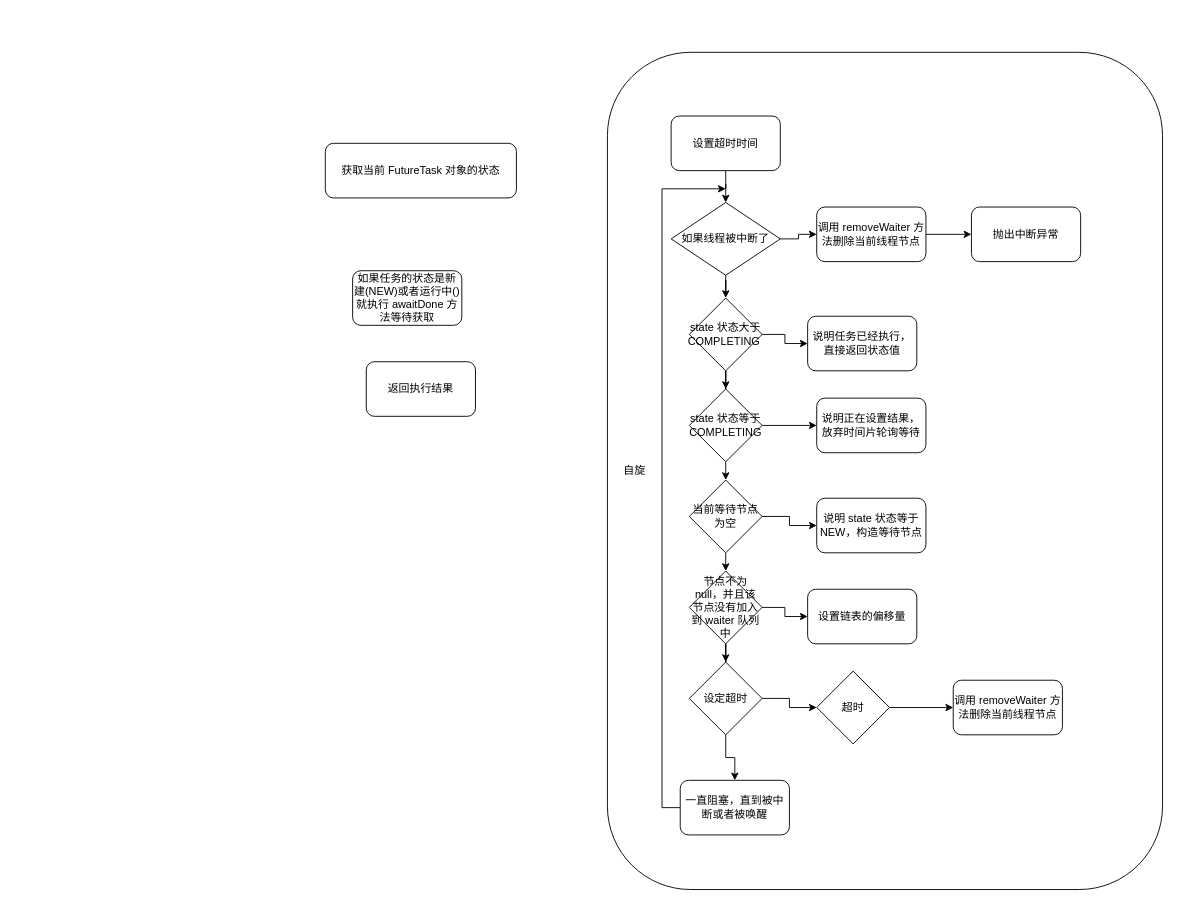
Earlier version of the draw.io diagram FutureTask/FutureTask.get()方法流程图.drawio (Muggle666/PicGo). Source tidied: cells renumbered, new cells numbered last; positions are measured from the earlier drawing's top-left corner, leaving out a move shared by most shapes. Both pictures are drawn from the tidied source at 91%, with x=0, y=0 at pixel (325, 52).
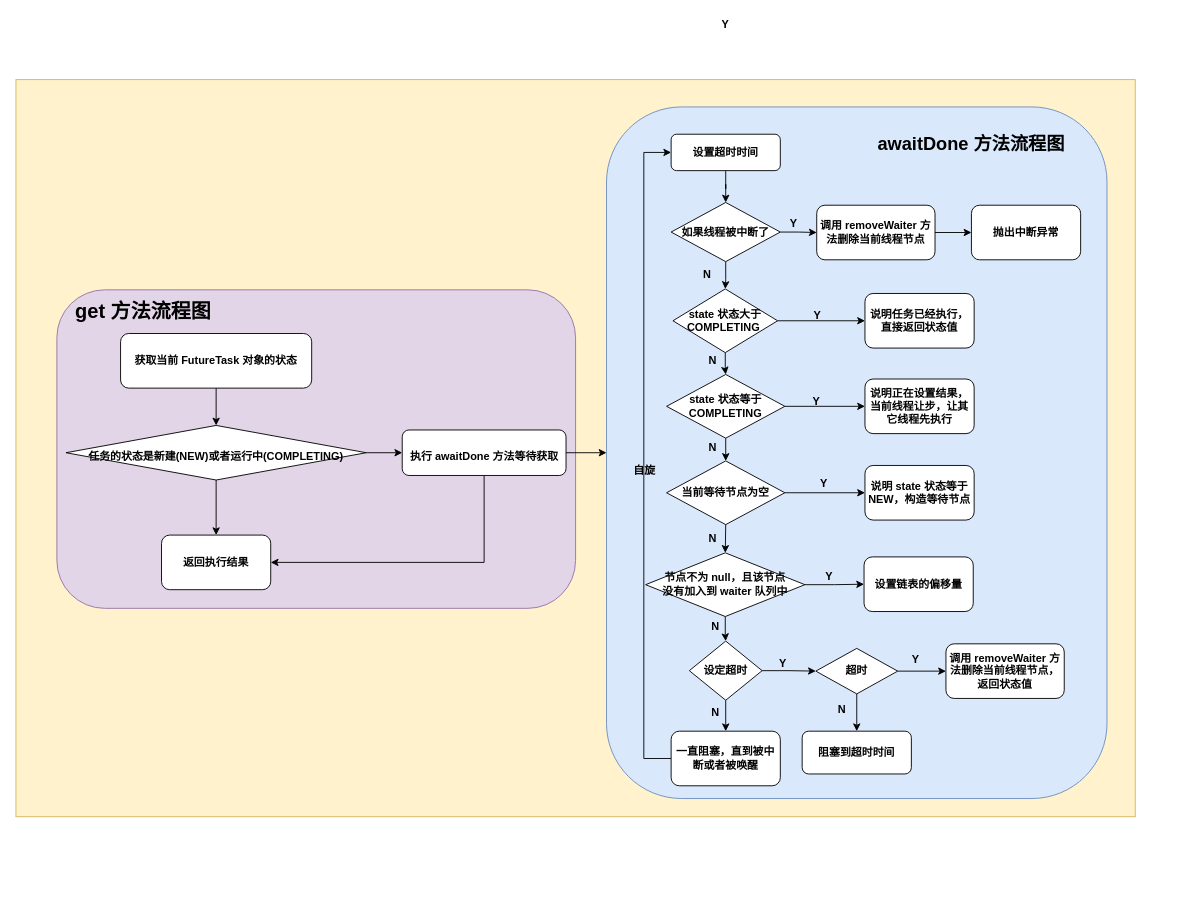
Above is the later version.

Change to the diagram source:
```diff
@@
+    <mxCell id="39" style="rounded=0;whiteSpace=wrap;html=1;fontSize=20;fillColor=#fff2cc;strokeColor=#d6b656;" parent="1" vertex="1">
+      <mxGeometry x="-340" y="30" width="1230" height="810" as="geometry" />
+    </mxCell>
+    <mxCell id="40" style="rounded=1;whiteSpace=wrap;html=1;fontSize=20;fontStyle=1;fillColor=#e1d5e7;strokeColor=#9673a6;" parent="1" vertex="1">
+      <mxGeometry x="-295" y="261" width="570" height="350" as="geometry" />
+    </mxCell>
-    <mxCell id="2" style="rounded=1;whiteSpace=wrap;html=1;" parent="1" vertex="1">
-      <mxGeometry x="310" width="610" height="920" as="geometry" />
+    <mxCell id="2" style="rounded=1;whiteSpace=wrap;html=1;fontStyle=1;fillColor=#dae8fc;strokeColor=#6c8ebf;" parent="1" vertex="1">
+      <mxGeometry x="309" y="60" width="550" height="760" as="geometry" />
     </mxCell>
+    <mxCell id="41" style="edgeStyle=orthogonalEdgeStyle;rounded=0;jettySize=auto;html=1;exitX=0.5;exitY=1;exitDx=0;exitDy=0;entryX=0.5;entryY=0;entryDx=0;entryDy=0;fontSize=20;" parent="1" edge="1" source="3" target="64">
+      <mxGeometry relative="1" as="geometry" />
+    </mxCell>
-    <mxCell id="3" value="获取当前 FutureTask 对象的状态" style="rounded=1;whiteSpace=wrap;html=1;" parent="1" vertex="1">
-      <mxGeometry y="100" width="210" height="60" as="geometry" />
+    <mxCell id="3" value="获取当前 FutureTask 对象的状态" style="rounded=1;whiteSpace=wrap;html=1;fontStyle=1;" parent="1" vertex="1">
+      <mxGeometry x="-225" y="309" width="210" height="60" as="geometry" />
     </mxCell>
-    <mxCell id="4" value="如果任务的状态是新建(NEW)或者运行中()就执行 awaitDone 方法等待获取" style="rounded=1;whiteSpace=wrap;html=1;" parent="1" vertex="1">
-      <mxGeometry x="30" y="240" width="120" height="60" as="geometry" />
-    </mxCell>
-    <mxCell id="5" value="返回执行结果" style="rounded=1;whiteSpace=wrap;html=1;" parent="1" vertex="1">
-      <mxGeometry x="45" y="340" width="120" height="60" as="geometry" />
+    <mxCell id="5" value="返回执行结果" style="rounded=1;whiteSpace=wrap;html=1;fontStyle=1;" parent="1" vertex="1">
+      <mxGeometry x="-180" y="530.5" width="120" height="60" as="geometry" />
     </mxCell>
-    <mxCell id="6" style="edgeStyle=orthogonalEdgeStyle;rounded=0;jettySize=auto;html=1;exitX=0.5;exitY=1;exitDx=0;exitDy=0;" parent="1" edge="1" source="7" target="10">
+    <mxCell id="6" style="edgeStyle=orthogonalEdgeStyle;rounded=0;jettySize=auto;html=1;exitX=0.5;exitY=1;exitDx=0;exitDy=0;fontStyle=1;" parent="1" edge="1" source="7" target="10">
       <mxGeometry relative="1" as="geometry" />
     </mxCell>
-    <mxCell id="7" value="设置超时时间" style="rounded=1;whiteSpace=wrap;html=1;" parent="1" vertex="1">
-      <mxGeometry x="380" y="70" width="120" height="60" as="geometry" />
+    <mxCell id="7" value="设置超时时间" style="rounded=1;whiteSpace=wrap;html=1;fontStyle=1;" parent="1" vertex="1">
+      <mxGeometry x="380" y="90" width="120" height="40" as="geometry" />
     </mxCell>
-    <mxCell id="8" style="edgeStyle=orthogonalEdgeStyle;rounded=0;jettySize=auto;html=1;exitX=0.5;exitY=1;exitDx=0;exitDy=0;" parent="1" edge="1" source="10" target="16">
+    <mxCell id="8" style="edgeStyle=orthogonalEdgeStyle;rounded=0;jettySize=auto;html=1;exitX=0.5;exitY=1;exitDx=0;exitDy=0;fontStyle=1;" parent="1" edge="1" source="10" target="16">
       <mxGeometry relative="1" as="geometry" />
     </mxCell>
-    <mxCell id="9" style="edgeStyle=orthogonalEdgeStyle;rounded=0;jettySize=auto;html=1;exitX=1;exitY=0.5;exitDx=0;exitDy=0;" parent="1" edge="1" source="10" target="12">
+    <mxCell id="9" style="edgeStyle=orthogonalEdgeStyle;rounded=0;jettySize=auto;html=1;exitX=1;exitY=0.5;exitDx=0;exitDy=0;fontStyle=1;" parent="1" edge="1" source="10" target="12">
       <mxGeometry relative="1" as="geometry" />
     </mxCell>
-    <mxCell id="10" value="如果线程被中断了" style="rhombus;whiteSpace=wrap;html=1;" parent="1" vertex="1">
-      <mxGeometry x="380" y="165" width="120" height="80" as="geometry" />
+    <mxCell id="10" value="如果线程被中断了" style="rhombus;whiteSpace=wrap;html=1;fontStyle=1;" parent="1" vertex="1">
+      <mxGeometry x="380" y="165" width="120" height="65" as="geometry" />
     </mxCell>
-    <mxCell id="11" style="edgeStyle=orthogonalEdgeStyle;rounded=0;jettySize=auto;html=1;exitX=1;exitY=0.5;exitDx=0;exitDy=0;entryX=0;entryY=0.5;entryDx=0;entryDy=0;" parent="1" edge="1" source="12" target="13">
+    <mxCell id="11" style="edgeStyle=orthogonalEdgeStyle;rounded=0;jettySize=auto;html=1;exitX=1;exitY=0.5;exitDx=0;exitDy=0;entryX=0;entryY=0.5;entryDx=0;entryDy=0;fontStyle=1;" parent="1" edge="1" source="12" target="13">
       <mxGeometry relative="1" as="geometry" />
     </mxCell>
-    <mxCell id="12" value="调用 removeWaiter 方法删除当前线程节点" style="rounded=1;whiteSpace=wrap;html=1;" parent="1" vertex="1">
-      <mxGeometry x="540" y="170" width="120" height="60" as="geometry" />
+    <mxCell id="12" value="调用 removeWaiter 方法删除当前线程节点" style="rounded=1;whiteSpace=wrap;html=1;fontStyle=1;" parent="1" vertex="1">
+      <mxGeometry x="540" y="168" width="130" height="60" as="geometry" />
     </mxCell>
-    <mxCell id="13" value="抛出中断异常" style="rounded=1;whiteSpace=wrap;html=1;" parent="1" vertex="1">
-      <mxGeometry x="710" y="170" width="120" height="60" as="geometry" />
+    <mxCell id="13" value="抛出中断异常" style="rounded=1;whiteSpace=wrap;html=1;fontStyle=1;" parent="1" vertex="1">
+      <mxGeometry x="710" y="168" width="120" height="60" as="geometry" />
     </mxCell>
-    <mxCell id="14" style="edgeStyle=orthogonalEdgeStyle;rounded=0;jettySize=auto;html=1;exitX=0.5;exitY=1;exitDx=0;exitDy=0;" parent="1" edge="1" source="16" target="20">
+    <mxCell id="14" style="edgeStyle=orthogonalEdgeStyle;rounded=0;jettySize=auto;html=1;exitX=0.5;exitY=1;exitDx=0;exitDy=0;fontStyle=1;" parent="1" edge="1" source="16" target="20">
       <mxGeometry relative="1" as="geometry" />
     </mxCell>
-    <mxCell id="15" style="edgeStyle=orthogonalEdgeStyle;rounded=0;jettySize=auto;html=1;exitX=1;exitY=0.5;exitDx=0;exitDy=0;entryX=0;entryY=0.5;entryDx=0;entryDy=0;" parent="1" edge="1" source="16" target="17">
+    <mxCell id="15" style="edgeStyle=orthogonalEdgeStyle;rounded=0;jettySize=auto;html=1;exitX=1;exitY=0.5;exitDx=0;exitDy=0;entryX=0;entryY=0.5;entryDx=0;entryDy=0;fontStyle=1;" parent="1" edge="1" source="16" target="17">
       <mxGeometry relative="1" as="geometry" />
     </mxCell>
-    <mxCell id="16" value="state 状态大于 COMPLETING&amp;nbsp;" style="rhombus;whiteSpace=wrap;html=1;" parent="1" vertex="1">
-      <mxGeometry x="400" y="270" width="80" height="80" as="geometry" />
+    <mxCell id="16" value="state 状态大于 COMPLETING&amp;nbsp;" style="rhombus;whiteSpace=wrap;html=1;fontStyle=1;" parent="1" vertex="1">
+      <mxGeometry x="382" y="260" width="115" height="70" as="geometry" />
     </mxCell>
-    <mxCell id="17" value="说明任务已经执行，直接返回状态值" style="rounded=1;whiteSpace=wrap;html=1;" parent="1" vertex="1">
-      <mxGeometry x="530" y="290" width="120" height="60" as="geometry" />
+    <mxCell id="17" value="说明任务已经执行，直接返回状态值" style="rounded=1;whiteSpace=wrap;html=1;fontStyle=1;" parent="1" vertex="1">
+      <mxGeometry x="593" y="265" width="120" height="60" as="geometry" />
     </mxCell>
-    <mxCell id="18" style="edgeStyle=orthogonalEdgeStyle;rounded=0;jettySize=auto;html=1;exitX=0.5;exitY=1;exitDx=0;exitDy=0;entryX=0.5;entryY=0;entryDx=0;entryDy=0;" parent="1" edge="1" source="20" target="24">
+    <mxCell id="18" style="edgeStyle=orthogonalEdgeStyle;rounded=0;jettySize=auto;html=1;exitX=0.5;exitY=1;exitDx=0;exitDy=0;entryX=0.5;entryY=0;entryDx=0;entryDy=0;fontStyle=1;" parent="1" edge="1" source="20" target="24">
       <mxGeometry relative="1" as="geometry" />
     </mxCell>
-    <mxCell id="19" style="edgeStyle=orthogonalEdgeStyle;rounded=0;jettySize=auto;html=1;exitX=1;exitY=0.5;exitDx=0;exitDy=0;" parent="1" edge="1" source="20" target="21">
+    <mxCell id="19" style="edgeStyle=orthogonalEdgeStyle;rounded=0;jettySize=auto;html=1;exitX=1;exitY=0.5;exitDx=0;exitDy=0;fontStyle=1;" parent="1" edge="1" source="20" target="21">
       <mxGeometry relative="1" as="geometry" />
     </mxCell>
-    <mxCell id="20" value="state 状态等于 COMPLETING" style="rhombus;whiteSpace=wrap;html=1;" parent="1" vertex="1">
-      <mxGeometry x="400" y="370" width="80" height="80" as="geometry" />
+    <mxCell id="20" value="state 状态等于 COMPLETING" style="rhombus;whiteSpace=wrap;html=1;fontStyle=1;" parent="1" vertex="1">
+      <mxGeometry x="375" y="354" width="130" height="70" as="geometry" />
     </mxCell>
-    <mxCell id="21" value="说明正在设置结果，放弃时间片轮询等待" style="rounded=1;whiteSpace=wrap;html=1;" parent="1" vertex="1">
-      <mxGeometry x="540" y="380" width="120" height="60" as="geometry" />
+    <mxCell id="21" value="说明正在设置结果，当前线程让步，让其它线程先执行" style="rounded=1;whiteSpace=wrap;html=1;fontStyle=1;" parent="1" vertex="1">
+      <mxGeometry x="593" y="359" width="120" height="60" as="geometry" />
     </mxCell>
-    <mxCell id="22" style="edgeStyle=orthogonalEdgeStyle;rounded=0;jettySize=auto;html=1;exitX=0.5;exitY=1;exitDx=0;exitDy=0;entryX=0.5;entryY=0;entryDx=0;entryDy=0;" parent="1" edge="1" source="24" target="28">
+    <mxCell id="22" style="edgeStyle=orthogonalEdgeStyle;rounded=0;jettySize=auto;html=1;exitX=0.5;exitY=1;exitDx=0;exitDy=0;entryX=0.5;entryY=0;entryDx=0;entryDy=0;fontStyle=1;" parent="1" edge="1" source="24" target="28">
       <mxGeometry relative="1" as="geometry" />
     </mxCell>
-    <mxCell id="23" style="edgeStyle=orthogonalEdgeStyle;rounded=0;jettySize=auto;html=1;exitX=1;exitY=0.5;exitDx=0;exitDy=0;" parent="1" edge="1" source="24" target="25">
+    <mxCell id="23" style="edgeStyle=orthogonalEdgeStyle;rounded=0;jettySize=auto;html=1;exitX=1;exitY=0.5;exitDx=0;exitDy=0;fontStyle=1;" parent="1" edge="1" source="24" target="25">
       <mxGeometry relative="1" as="geometry" />
     </mxCell>
-    <mxCell id="24" value="当前等待节点为空" style="rhombus;whiteSpace=wrap;html=1;" parent="1" vertex="1">
-      <mxGeometry x="400" y="470" width="80" height="80" as="geometry" />
+    <mxCell id="24" value="当前等待节点为空" style="rhombus;whiteSpace=wrap;html=1;fontStyle=1;" parent="1" vertex="1">
+      <mxGeometry x="375" y="449" width="130" height="70" as="geometry" />
     </mxCell>
-    <mxCell id="25" value="说明 state 状态等于 NEW，构造等待节点" style="rounded=1;whiteSpace=wrap;html=1;" parent="1" vertex="1">
-      <mxGeometry x="540" y="490" width="120" height="60" as="geometry" />
+    <mxCell id="25" value="说明 state 状态等于 NEW，构造等待节点" style="rounded=1;whiteSpace=wrap;html=1;fontStyle=1;" parent="1" vertex="1">
+      <mxGeometry x="593" y="454" width="120" height="60" as="geometry" />
     </mxCell>
-    <mxCell id="26" style="edgeStyle=orthogonalEdgeStyle;rounded=0;jettySize=auto;html=1;exitX=0.5;exitY=1;exitDx=0;exitDy=0;" parent="1" edge="1" source="28" target="32">
+    <mxCell id="26" style="edgeStyle=orthogonalEdgeStyle;rounded=0;jettySize=auto;html=1;exitX=0.5;exitY=1;exitDx=0;exitDy=0;fontStyle=1;" parent="1" edge="1" source="28" target="32">
       <mxGeometry relative="1" as="geometry" />
     </mxCell>
-    <mxCell id="27" style="edgeStyle=orthogonalEdgeStyle;rounded=0;jettySize=auto;html=1;exitX=1;exitY=0.5;exitDx=0;exitDy=0;entryX=0;entryY=0.5;entryDx=0;entryDy=0;" parent="1" edge="1" source="28" target="29">
+    <mxCell id="27" style="edgeStyle=orthogonalEdgeStyle;rounded=0;jettySize=auto;html=1;exitX=1;exitY=0.5;exitDx=0;exitDy=0;entryX=0;entryY=0.5;entryDx=0;entryDy=0;fontStyle=1;" parent="1" edge="1" source="28" target="29">
       <mxGeometry relative="1" as="geometry" />
     </mxCell>
-    <mxCell id="28" value="节点不为 null，并且该节点没有加入到 waiter 队列中" style="rhombus;whiteSpace=wrap;html=1;" parent="1" vertex="1">
-      <mxGeometry x="400" y="570" width="80" height="80" as="geometry" />
+    <mxCell id="28" value="节点不为 null，且该节点&lt;br&gt;没有加入到 waiter 队列中" style="rhombus;whiteSpace=wrap;html=1;fontStyle=1;" parent="1" vertex="1">
+      <mxGeometry x="352" y="550" width="175" height="70" as="geometry" />
     </mxCell>
-    <mxCell id="29" value="设置链表的偏移量" style="rounded=1;whiteSpace=wrap;html=1;" parent="1" vertex="1">
-      <mxGeometry x="530" y="590" width="120" height="60" as="geometry" />
+    <mxCell id="29" value="设置链表的偏移量" style="rounded=1;whiteSpace=wrap;html=1;fontStyle=1;" parent="1" vertex="1">
+      <mxGeometry x="592" y="554.5" width="120" height="60" as="geometry" />
     </mxCell>
-    <mxCell id="30" style="edgeStyle=orthogonalEdgeStyle;rounded=0;jettySize=auto;html=1;exitX=0.5;exitY=1;exitDx=0;exitDy=0;entryX=0.5;entryY=0;entryDx=0;entryDy=0;" parent="1" edge="1" source="32" target="37">
+    <mxCell id="30" style="edgeStyle=orthogonalEdgeStyle;rounded=0;jettySize=auto;html=1;exitX=0.5;exitY=1;exitDx=0;exitDy=0;entryX=0.5;entryY=0;entryDx=0;entryDy=0;fontStyle=1;" parent="1" edge="1" source="32" target="37">
       <mxGeometry relative="1" as="geometry" />
     </mxCell>
-    <mxCell id="31" style="edgeStyle=orthogonalEdgeStyle;rounded=0;jettySize=auto;html=1;exitX=1;exitY=0.5;exitDx=0;exitDy=0;" parent="1" edge="1" source="32" target="34">
+    <mxCell id="31" style="edgeStyle=orthogonalEdgeStyle;rounded=0;jettySize=auto;html=1;exitX=1;exitY=0.5;exitDx=0;exitDy=0;fontStyle=1;" parent="1" edge="1" source="32" target="34">
       <mxGeometry relative="1" as="geometry" />
     </mxCell>
-    <mxCell id="32" value="设定超时" style="rhombus;whiteSpace=wrap;html=1;" parent="1" vertex="1">
-      <mxGeometry x="400" y="670" width="80" height="80" as="geometry" />
+    <mxCell id="32" value="设定超时" style="rhombus;whiteSpace=wrap;html=1;fontStyle=1;" parent="1" vertex="1">
+      <mxGeometry x="400" y="647" width="80" height="65" as="geometry" />
     </mxCell>
-    <mxCell id="33" style="edgeStyle=orthogonalEdgeStyle;rounded=0;jettySize=auto;html=1;exitX=1;exitY=0.5;exitDx=0;exitDy=0;" parent="1" edge="1" source="34" target="35">
+    <mxCell id="33" style="edgeStyle=orthogonalEdgeStyle;rounded=0;jettySize=auto;html=1;exitX=1;exitY=0.5;exitDx=0;exitDy=0;fontStyle=1;" parent="1" edge="1" source="34" target="35">
       <mxGeometry relative="1" as="geometry" />
     </mxCell>
+    <mxCell id="42" style="edgeStyle=orthogonalEdgeStyle;rounded=0;jettySize=auto;html=1;exitX=0.5;exitY=1;exitDx=0;exitDy=0;fontStyle=1;" parent="1" edge="1" source="34" target="57">
+      <mxGeometry relative="1" as="geometry" />
+    </mxCell>
-    <mxCell id="34" value="超时" style="rhombus;whiteSpace=wrap;html=1;" parent="1" vertex="1">
-      <mxGeometry x="540" y="680" width="80" height="80" as="geometry" />
+    <mxCell id="34" value="超时" style="rhombus;whiteSpace=wrap;html=1;fontStyle=1;" parent="1" vertex="1">
+      <mxGeometry x="539" y="655" width="90" height="50" as="geometry" />
     </mxCell>
-    <mxCell id="35" value="调用 removeWaiter 方法删除当前线程节点" style="rounded=1;whiteSpace=wrap;html=1;" parent="1" vertex="1">
-      <mxGeometry x="690" y="690" width="120" height="60" as="geometry" />
+    <mxCell id="35" value="调用 removeWaiter 方法删除当前线程节点，返回状态值" style="rounded=1;whiteSpace=wrap;html=1;fontStyle=1;" parent="1" vertex="1">
+      <mxGeometry x="682" y="650" width="130" height="60" as="geometry" />
     </mxCell>
-    <mxCell id="36" style="edgeStyle=orthogonalEdgeStyle;rounded=0;jettySize=auto;html=1;exitX=0;exitY=0.5;exitDx=0;exitDy=0;" parent="1" edge="1" source="37">
-      <mxGeometry relative="1" as="geometry">
-        <mxPoint x="440" y="150" as="targetPoint" />
-        <Array as="points">
-          <mxPoint x="370" y="830" />
-          <mxPoint x="370" y="150" />
-        </Array>
-      </mxGeometry>
-    </mxCell>
+    <mxCell id="43" style="edgeStyle=orthogonalEdgeStyle;rounded=0;jettySize=auto;html=1;exitX=0;exitY=0.5;exitDx=0;exitDy=0;entryX=0;entryY=0.5;entryDx=0;entryDy=0;fontSize=20;fontStyle=1;" parent="1" edge="1" source="37" target="7">
+      <mxGeometry relative="1" as="geometry">
+        <Array as="points">
+          <mxPoint x="350" y="776" />
+          <mxPoint x="350" y="110" />
+        </Array>
+      </mxGeometry>
+    </mxCell>
-    <mxCell id="37" value="一直阻塞，直到被中断或者被唤醒" style="rounded=1;whiteSpace=wrap;html=1;" parent="1" vertex="1">
-      <mxGeometry x="390" y="800" width="120" height="60" as="geometry" />
+    <mxCell id="37" value="一直阻塞，直到被中断或者被唤醒" style="rounded=1;whiteSpace=wrap;html=1;fontStyle=1;" parent="1" vertex="1">
+      <mxGeometry x="380" y="746" width="120" height="60" as="geometry" />
     </mxCell>
-    <mxCell id="38" value="自旋" style="text;html=1;strokeColor=none;fillColor=none;align=center;verticalAlign=middle;whiteSpace=wrap;rounded=0;" parent="1" vertex="1">
-      <mxGeometry x="320" y="450" width="40" height="20" as="geometry" />
+    <mxCell id="38" value="自旋" style="text;html=1;strokeColor=none;fillColor=none;align=center;verticalAlign=middle;whiteSpace=wrap;rounded=0;fontStyle=1;" parent="1" vertex="1">
+      <mxGeometry x="331" y="450" width="40" height="20" as="geometry" />
     </mxCell>
+    <mxCell id="44" value="Y" style="text;html=1;strokeColor=none;fillColor=none;align=center;verticalAlign=middle;whiteSpace=wrap;rounded=0;fontStyle=1;" parent="1" vertex="1">
+      <mxGeometry x="420" y="-40" width="40" height="20" as="geometry" />
+    </mxCell>
+    <mxCell id="45" value="N" style="text;html=1;strokeColor=none;fillColor=none;align=center;verticalAlign=middle;whiteSpace=wrap;rounded=0;fontStyle=1;" parent="1" vertex="1">
+      <mxGeometry x="400" y="235" width="40" height="20" as="geometry" />
+    </mxCell>
+    <mxCell id="46" value="Y" style="text;html=1;strokeColor=none;fillColor=none;align=center;verticalAlign=middle;whiteSpace=wrap;rounded=0;fontStyle=1;" parent="1" vertex="1">
+      <mxGeometry x="495" y="177.5" width="40" height="20" as="geometry" />
+    </mxCell>
+    <mxCell id="47" value="N" style="text;html=1;strokeColor=none;fillColor=none;align=center;verticalAlign=middle;whiteSpace=wrap;rounded=0;fontStyle=1;" parent="1" vertex="1">
+      <mxGeometry x="405.5" y="329" width="40" height="20" as="geometry" />
+    </mxCell>
+    <mxCell id="48" value="Y" style="text;html=1;strokeColor=none;fillColor=none;align=center;verticalAlign=middle;whiteSpace=wrap;rounded=0;fontStyle=1;" parent="1" vertex="1">
+      <mxGeometry x="521" y="279" width="40" height="20" as="geometry" />
+    </mxCell>
+    <mxCell id="49" value="Y" style="text;html=1;strokeColor=none;fillColor=none;align=center;verticalAlign=middle;whiteSpace=wrap;rounded=0;fontStyle=1;" parent="1" vertex="1">
+      <mxGeometry x="520" y="374" width="40" height="20" as="geometry" />
+    </mxCell>
+    <mxCell id="50" value="Y" style="text;html=1;strokeColor=none;fillColor=none;align=center;verticalAlign=middle;whiteSpace=wrap;rounded=0;fontStyle=1;" parent="1" vertex="1">
+      <mxGeometry x="528" y="464" width="40" height="20" as="geometry" />
+    </mxCell>
+    <mxCell id="51" value="N" style="text;html=1;strokeColor=none;fillColor=none;align=center;verticalAlign=middle;whiteSpace=wrap;rounded=0;fontStyle=1;" parent="1" vertex="1">
+      <mxGeometry x="406" y="425" width="40" height="20" as="geometry" />
+    </mxCell>
+    <mxCell id="52" value="Y" style="text;html=1;strokeColor=none;fillColor=none;align=center;verticalAlign=middle;whiteSpace=wrap;rounded=0;fontStyle=1;" parent="1" vertex="1">
+      <mxGeometry x="534" y="565.5" width="40" height="20" as="geometry" />
+    </mxCell>
+    <mxCell id="53" value="N" style="text;html=1;strokeColor=none;fillColor=none;align=center;verticalAlign=middle;whiteSpace=wrap;rounded=0;fontStyle=1;" parent="1" vertex="1">
+      <mxGeometry x="406" y="525" width="40" height="20" as="geometry" />
+    </mxCell>
+    <mxCell id="54" value="Y" style="text;html=1;strokeColor=none;fillColor=none;align=center;verticalAlign=middle;whiteSpace=wrap;rounded=0;fontStyle=1;" parent="1" vertex="1">
+      <mxGeometry x="483" y="662" width="40" height="20" as="geometry" />
+    </mxCell>
+    <mxCell id="55" value="N" style="text;html=1;strokeColor=none;fillColor=none;align=center;verticalAlign=middle;whiteSpace=wrap;rounded=0;fontStyle=1;" parent="1" vertex="1">
+      <mxGeometry x="408.5" y="716" width="40" height="20" as="geometry" />
+    </mxCell>
+    <mxCell id="56" value="N" style="text;html=1;strokeColor=none;fillColor=none;align=center;verticalAlign=middle;whiteSpace=wrap;rounded=0;fontStyle=1;" parent="1" vertex="1">
+      <mxGeometry x="408.5" y="620.5" width="40" height="20" as="geometry" />
+    </mxCell>
+    <mxCell id="57" value="阻塞到超时时间" style="rounded=1;whiteSpace=wrap;html=1;fontStyle=1;" parent="1" vertex="1">
+      <mxGeometry x="524" y="746" width="120" height="47" as="geometry" />
+    </mxCell>
+    <mxCell id="58" value="Y" style="text;html=1;strokeColor=none;fillColor=none;align=center;verticalAlign=middle;whiteSpace=wrap;rounded=0;fontStyle=1;" parent="1" vertex="1">
+      <mxGeometry x="629" y="658" width="40" height="20" as="geometry" />
+    </mxCell>
+    <mxCell id="59" value="N" style="text;html=1;strokeColor=none;fillColor=none;align=center;verticalAlign=middle;whiteSpace=wrap;rounded=0;fontStyle=1;" parent="1" vertex="1">
+      <mxGeometry x="548" y="712" width="40" height="20" as="geometry" />
+    </mxCell>
+    <mxCell id="60" value="&lt;span style=&quot;font-size: 20px;&quot;&gt;awaitDone 方法流程图&lt;/span&gt;" style="text;html=1;strokeColor=none;fillColor=none;align=center;verticalAlign=middle;whiteSpace=wrap;rounded=0;fontStyle=1;fontSize=20;" parent="1" vertex="1">
+      <mxGeometry x="600" y="80" width="220" height="40" as="geometry" />
+    </mxCell>
+    <mxCell id="61" value="&lt;font style=&quot;font-size: 22px&quot;&gt;get 方法流程图&lt;/font&gt;" style="text;html=1;strokeColor=none;fillColor=none;align=center;verticalAlign=middle;whiteSpace=wrap;rounded=0;fontSize=20;fontStyle=1;" parent="1" vertex="1">
+      <mxGeometry x="-305" y="265" width="210" height="40" as="geometry" />
+    </mxCell>
+    <mxCell id="62" style="edgeStyle=orthogonalEdgeStyle;rounded=0;jettySize=auto;html=1;exitX=0.5;exitY=1;exitDx=0;exitDy=0;fontSize=20;" parent="1" edge="1" source="64" target="5">
+      <mxGeometry relative="1" as="geometry" />
+    </mxCell>
+    <mxCell id="63" style="edgeStyle=orthogonalEdgeStyle;rounded=0;jettySize=auto;html=1;exitX=1;exitY=0.5;exitDx=0;exitDy=0;entryX=0;entryY=0.5;entryDx=0;entryDy=0;fontSize=20;" parent="1" edge="1" source="64" target="67">
+      <mxGeometry relative="1" as="geometry" />
+    </mxCell>
+    <mxCell id="64" value="&lt;font style=&quot;font-size: 12px&quot;&gt;&lt;b&gt;任务的状态是新建(NEW)或者运行中(COMPLETING)&lt;/b&gt;&lt;/font&gt;" style="rhombus;whiteSpace=wrap;html=1;fontSize=20;" parent="1" vertex="1">
+      <mxGeometry x="-285" y="410" width="330" height="60" as="geometry" />
+    </mxCell>
+    <mxCell id="65" style="edgeStyle=orthogonalEdgeStyle;rounded=0;jettySize=auto;html=1;exitX=1;exitY=0.5;exitDx=0;exitDy=0;fontSize=20;" parent="1" edge="1" source="67" target="2">
+      <mxGeometry relative="1" as="geometry" />
+    </mxCell>
+    <mxCell id="66" style="edgeStyle=orthogonalEdgeStyle;rounded=0;jettySize=auto;html=1;exitX=0.5;exitY=1;exitDx=0;exitDy=0;entryX=1;entryY=0.5;entryDx=0;entryDy=0;fontSize=20;" parent="1" edge="1" source="67" target="5">
+      <mxGeometry relative="1" as="geometry" />
+    </mxCell>
+    <mxCell id="67" value="&lt;span style=&quot;font-size: 12px ; font-weight: 700 ; white-space: normal&quot;&gt;执行 awaitDone 方法等待获取&lt;/span&gt;" style="rounded=1;whiteSpace=wrap;html=1;fontSize=20;" parent="1" vertex="1">
+      <mxGeometry x="84.5" y="415" width="180" height="50" as="geometry" />
+    </mxCell>
```
